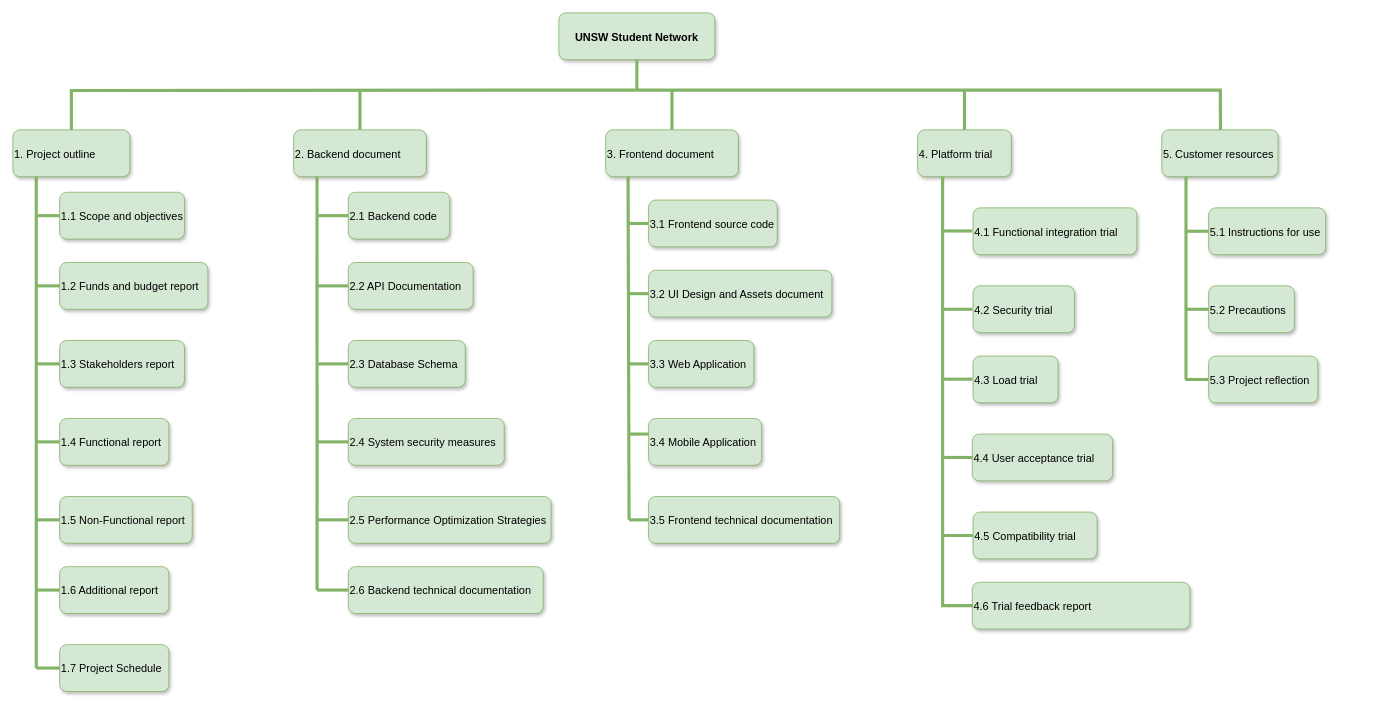
Above: lastest_version.drawio in zhangnailiang/ER (draw.io), before the change. Source tidied: cells renumbered, new cells numbered last; positions are measured from the earlier drawing's top-left corner, leaving out a move shared by most shapes. Both pictures are drawn from the tidied source at 78%, with x=0, y=0 at pixel (12, 12).
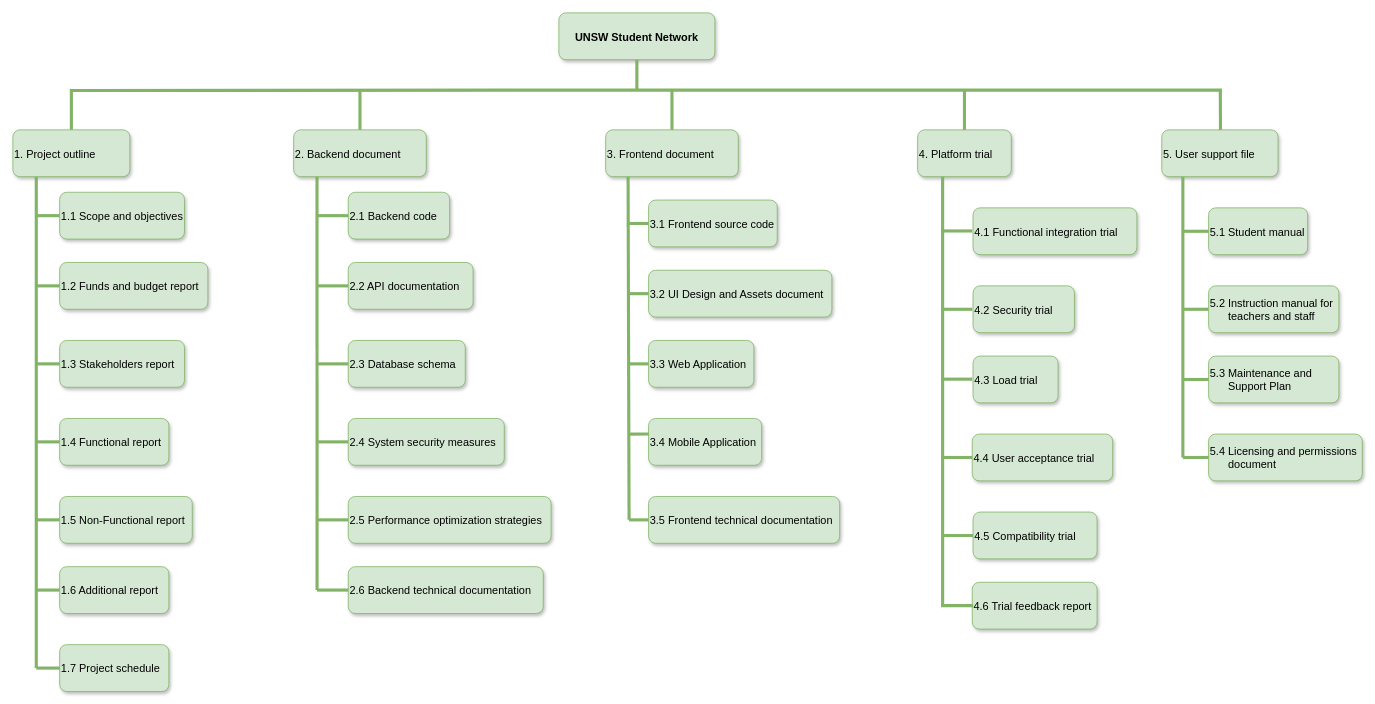
The same page after the edit.

Change to the diagram source:
```diff
@@
-    <mxCell id="10" value="1.7 Project Schedule" style="rounded=1;fillColor=#d5e8d4;strokeColor=#82B366;shadow=1;fontStyle=0;fontSize=14;align=left;" parent="1" vertex="1">
+    <mxCell id="10" value="1.7 Project schedule" style="rounded=1;fillColor=#d5e8d4;strokeColor=#82B366;shadow=1;fontStyle=0;fontSize=14;align=left;" parent="1" vertex="1">
       <mxGeometry x="60" y="810" width="140" height="60" as="geometry" />
     </mxCell>
@@
-    <mxCell id="22" value="5. Customer resources" style="rounded=1;fillColor=#d5e8d4;strokeColor=#82b366;shadow=1;fontStyle=0;fontSize=14;align=left;" parent="1" vertex="1">
+    <mxCell id="22" value="5. User support file" style="rounded=1;fillColor=#d5e8d4;strokeColor=#82b366;shadow=1;fontStyle=0;fontSize=14;align=left;" parent="1" vertex="1">
       <mxGeometry x="1473" y="150" width="149" height="60" as="geometry" />
     </mxCell>
-    <mxCell id="23" value="5.1 Instructions for use" style="rounded=1;fillColor=#d5e8d4;strokeColor=#82B366;shadow=1;fontStyle=0;fontSize=14;align=left;" parent="1" vertex="1">
-      <mxGeometry x="1533" y="250" width="150" height="60" as="geometry" />
+    <mxCell id="23" value="5.1 Student manual" style="rounded=1;fillColor=#d5e8d4;strokeColor=#82B366;shadow=1;fontStyle=0;fontSize=14;align=left;" parent="1" vertex="1">
+      <mxGeometry x="1533" y="250" width="127" height="60" as="geometry" />
     </mxCell>
-    <mxCell id="24" style="endArrow=none;html=1;rounded=1;strokeColor=#82B366;strokeWidth=4;endFill=0;exitX=0.25;exitY=1;exitDx=0;exitDy=0;fontStyle=0;align=left;" parent="1" edge="1">
+    <mxCell id="24" style="endArrow=none;html=1;rounded=1;strokeColor=#82B366;strokeWidth=4;endFill=0;fontStyle=0;align=left;" parent="1" edge="1">
       <mxGeometry relative="1" as="geometry">
-        <mxPoint x="1504" y="210" as="sourcePoint" />
-        <mxPoint x="1504" y="470" as="targetPoint" />
+        <mxPoint x="1500" y="210" as="sourcePoint" />
+        <mxPoint x="1500" y="570" as="targetPoint" />
       </mxGeometry>
     </mxCell>
-    <mxCell id="25" value="5.2 Precautions " style="rounded=1;fillColor=#d5e8d4;strokeColor=#82B366;shadow=1;fontStyle=0;fontSize=14;align=left;" parent="1" vertex="1">
-      <mxGeometry x="1533" y="350" width="110" height="60" as="geometry" />
-    </mxCell>
-    <mxCell id="26" style="endArrow=none;html=1;rounded=1;entryX=0;entryY=0.5;entryDx=0;entryDy=0;strokeColor=#82B366;strokeWidth=4;endFill=0;fontStyle=0;align=left;" parent="1" edge="1">
-      <mxGeometry relative="1" as="geometry">
-        <mxPoint x="1503" y="470" as="sourcePoint" />
-        <mxPoint x="1533" y="470" as="targetPoint" />
-      </mxGeometry>
-    </mxCell>
-    <mxCell id="27" style="endArrow=none;html=1;rounded=1;entryX=0;entryY=0.5;entryDx=0;entryDy=0;strokeColor=#82B366;strokeWidth=4;endFill=0;fontStyle=0;align=left;" parent="1" edge="1" target="25">
+    <mxCell id="27" style="endArrow=none;html=1;rounded=1;entryX=0;entryY=0.5;entryDx=0;entryDy=0;strokeColor=#82B366;strokeWidth=4;endFill=0;fontStyle=0;align=left;" parent="1" edge="1">
       <mxGeometry relative="1" as="geometry">
-        <mxPoint x="1503" y="380" as="sourcePoint" />
+        <mxPoint x="1500" y="380" as="sourcePoint" />
+        <mxPoint x="1533" y="380" as="targetPoint" />
       </mxGeometry>
     </mxCell>
     <mxCell id="28" style="endArrow=none;html=1;rounded=1;entryX=0;entryY=0.5;entryDx=0;entryDy=0;strokeColor=#82B366;strokeWidth=4;endFill=0;fontStyle=0;align=left;" parent="1" edge="1" target="23">
       <mxGeometry relative="1" as="geometry">
-        <mxPoint x="1503" y="280" as="sourcePoint" />
+        <mxPoint x="1500" y="280" as="sourcePoint" />
       </mxGeometry>
     </mxCell>
@@
-    <mxCell id="33" value="5.3 Project reflection" style="rounded=1;fillColor=#d5e8d4;strokeColor=#82B366;shadow=1;fontStyle=0;fontSize=14;align=left;" parent="1" vertex="1">
-      <mxGeometry x="1533" y="440" width="140" height="60" as="geometry" />
-    </mxCell>
@@
     <mxCell id="38" value="4.6 Trial feedback report" style="rounded=1;fillColor=#d5e8d4;strokeColor=#82b366;shadow=1;fontStyle=0;fontSize=14;align=left;" parent="1" vertex="1">
-      <mxGeometry x="1230" y="730" width="279" height="60" as="geometry" />
+      <mxGeometry x="1230" y="730" width="160" height="60" as="geometry" />
     </mxCell>
@@
-    <mxCell id="45" value="2.2 API Documentation" style="rounded=1;fillColor=#d5e8d4;strokeColor=#82b366;shadow=1;fontStyle=0;fontSize=14;align=left;" parent="1" vertex="1">
+    <mxCell id="45" value="2.2 API documentation" style="rounded=1;fillColor=#d5e8d4;strokeColor=#82b366;shadow=1;fontStyle=0;fontSize=14;align=left;" parent="1" vertex="1">
       <mxGeometry x="430" y="320" width="160" height="60" as="geometry" />
     </mxCell>
-    <mxCell id="46" value="2.3 Database Schema " style="rounded=1;fillColor=#d5e8d4;strokeColor=#82b366;shadow=1;fontStyle=0;fontSize=14;align=left;" parent="1" vertex="1">
+    <mxCell id="46" value="2.3 Database schema " style="rounded=1;fillColor=#d5e8d4;strokeColor=#82b366;shadow=1;fontStyle=0;fontSize=14;align=left;" parent="1" vertex="1">
       <mxGeometry x="430" y="420" width="150" height="60" as="geometry" />
     </mxCell>
@@
-    <mxCell id="48" value="2.5 Performance Optimization Strategies" style="rounded=1;fillColor=#d5e8d4;strokeColor=#82b366;shadow=1;fontStyle=0;fontSize=14;align=left;" parent="1" vertex="1">
+    <mxCell id="48" value="2.5 Performance optimization strategies" style="rounded=1;fillColor=#d5e8d4;strokeColor=#82b366;shadow=1;fontStyle=0;fontSize=14;align=left;" parent="1" vertex="1">
       <mxGeometry x="430" y="620" width="260" height="60" as="geometry" />
     </mxCell>
@@
+    <mxCell id="76" value="5.2 Instruction manual for &#10;      teachers and staff" style="rounded=1;fillColor=#d5e8d4;strokeColor=#82B366;shadow=1;fontStyle=0;fontSize=14;align=left;" parent="1" vertex="1">
+      <mxGeometry x="1533" y="350" width="167" height="60" as="geometry" />
+    </mxCell>
+    <mxCell id="77" value="5.3 Maintenance and &#10;      Support Plan" style="rounded=1;fillColor=#d5e8d4;strokeColor=#82B366;shadow=1;fontStyle=0;fontSize=14;align=left;" parent="1" vertex="1">
+      <mxGeometry x="1533" y="440" width="167" height="60" as="geometry" />
+    </mxCell>
+    <mxCell id="78" style="endArrow=none;html=1;rounded=1;entryX=0;entryY=0.5;entryDx=0;entryDy=0;strokeColor=#82B366;strokeWidth=4;endFill=0;fontStyle=0;align=left;" parent="1" edge="1" target="77">
+      <mxGeometry relative="1" as="geometry">
+        <mxPoint x="1500" y="470" as="sourcePoint" />
+      </mxGeometry>
+    </mxCell>
+    <mxCell id="79" value="5.4 Licensing and permissions &#10;      document" style="rounded=1;fillColor=#d5e8d4;strokeColor=#82B366;shadow=1;fontStyle=0;fontSize=14;align=left;" parent="1" vertex="1">
+      <mxGeometry x="1533" y="540" width="197" height="60" as="geometry" />
+    </mxCell>
+    <mxCell id="80" style="endArrow=none;html=1;rounded=1;entryX=0;entryY=0.5;entryDx=0;entryDy=0;strokeColor=#82B366;strokeWidth=4;endFill=0;fontStyle=0;align=left;" parent="1" edge="1" target="79">
+      <mxGeometry relative="1" as="geometry">
+        <mxPoint x="1500" y="570" as="sourcePoint" />
+      </mxGeometry>
+    </mxCell>
```
